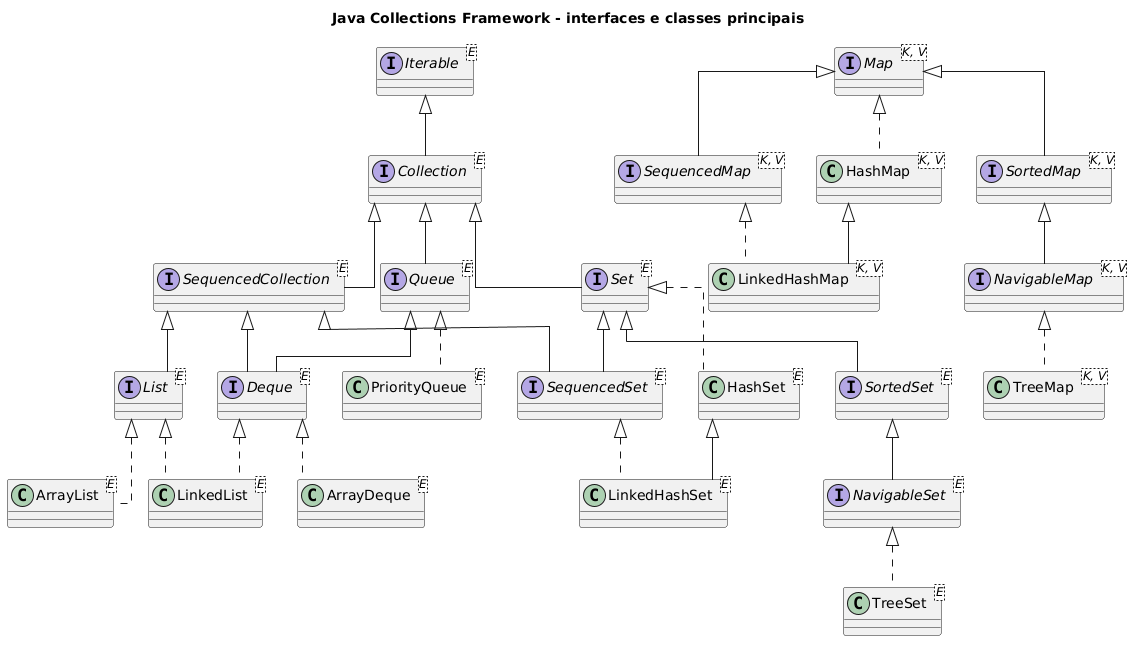
Earlier version of the PlantUML export subjects/poo/images/11-classes.png (fabriciosantana/idp-marp-slides).
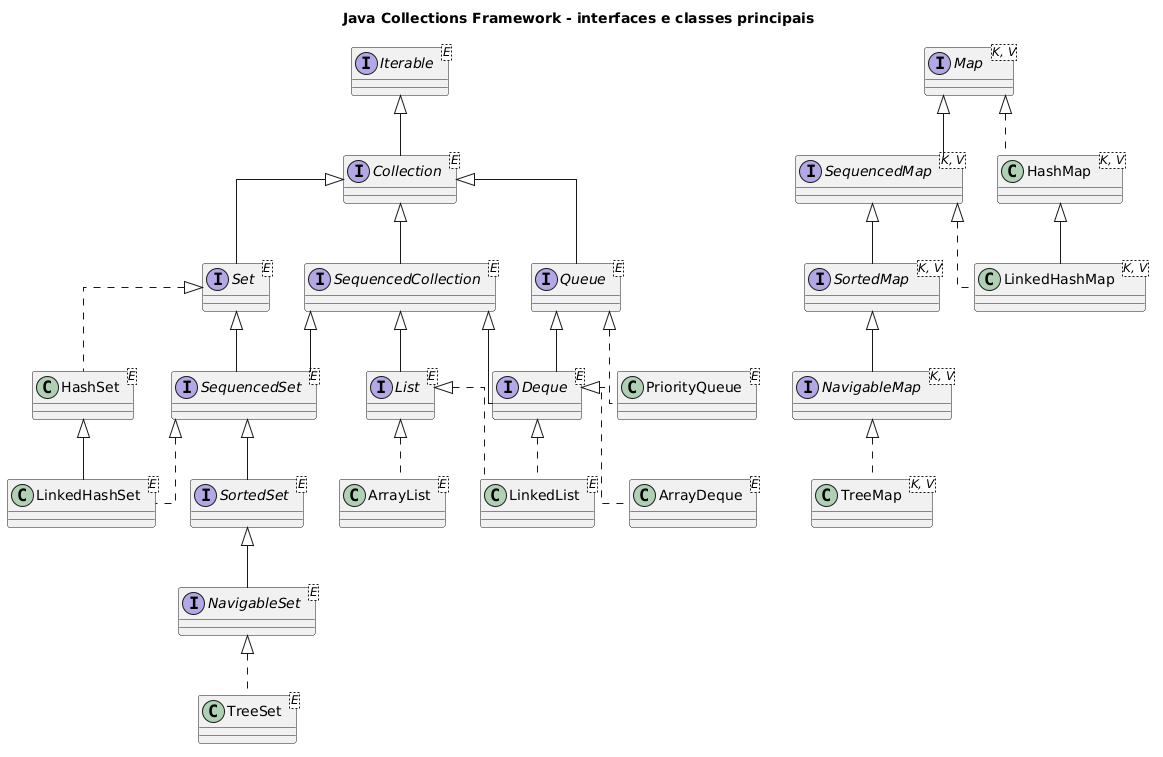
Above is the later version.

What changed in the source:
```diff
@@ -40,19 +40,19 @@
 
 Collection <|-- SequencedCollection
 SequencedCollection <|-- List
-SequencedCollection <|-- SequencedSet
-SequencedCollection <|-- Deque
 
 Collection <|-- Set
 Set <|-- SequencedSet
-Set <|-- SortedSet
+SequencedCollection <|-- SequencedSet
+SequencedSet <|-- SortedSet
 SortedSet <|-- NavigableSet
 
 Collection <|-- Queue
 Queue <|-- Deque
+SequencedCollection <|-- Deque
 
 Map <|-- SequencedMap
-Map <|-- SortedMap
+SequencedMap <|-- SortedMap
 SortedMap <|-- NavigableMap
 
 List <|.. ArrayList
```
